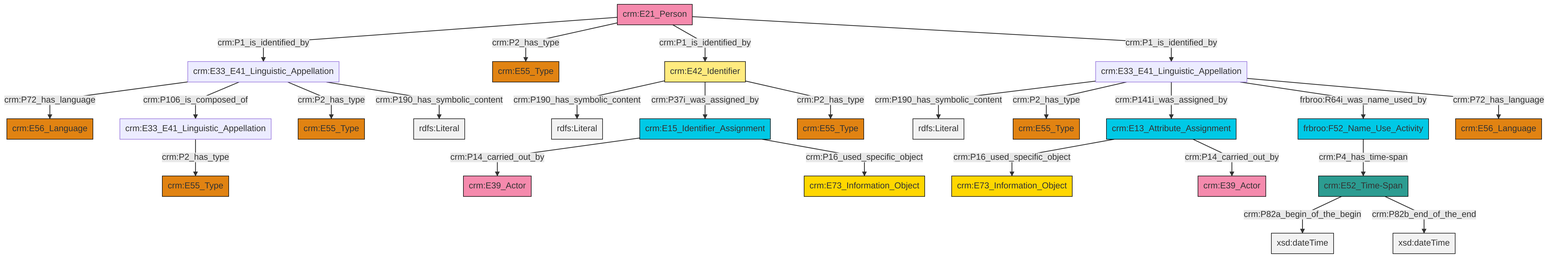
The Mermaid diagram et/personCSV/ttl/mmd/png/Person_Names_and_Classification.png in swiss-art-research-net/docs.swissartresearch, before a commit. Its source is kept beside it as et/personCSV/ttl/mmd/Person_Names_and_Classification.ttl.mmd.
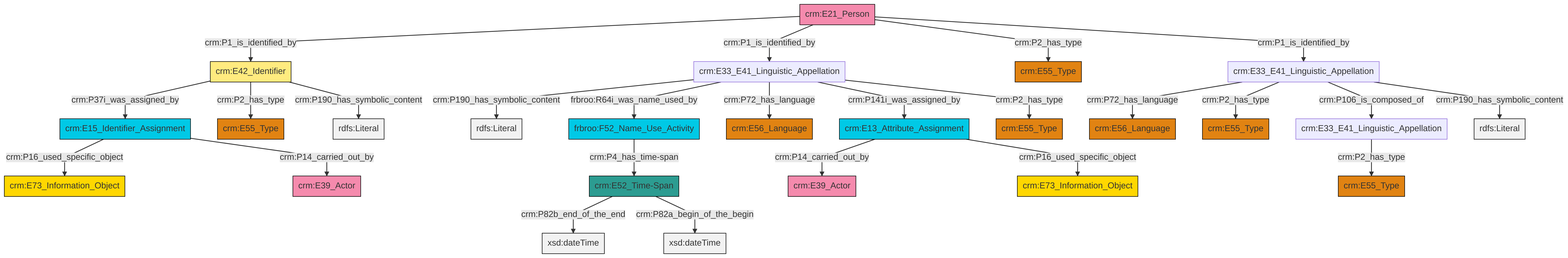
After the change.

What changed in the source:
```diff
@@ -13,27 +13,27 @@
 classDef PC_Classes fill:#4ce600, stroke:#000000;
 classDef Multi fill:#cccccc,stroke:#000000;
 
-2["crm:E33_E41_Linguistic_Appellation"]:::Default -->|crm:P72_has_language| 3["crm:E56_Language"]:::Type
-2["crm:E33_E41_Linguistic_Appellation"]:::Default -->|crm:P106_is_composed_of| 4["crm:E33_E41_Linguistic_Appellation"]:::Default
-6["crm:E15_Identifier_Assignment"]:::Temporal_Entity -->|crm:P14_carried_out_by| 7["crm:E39_Actor"]:::Actor
-8["crm:E33_E41_Linguistic_Appellation"]:::Default -->|crm:P190_has_symbolic_content| 9[rdfs:Literal]:::Literal
-10["crm:E42_Identifier"]:::Appellation -->|crm:P190_has_symbolic_content| 11[rdfs:Literal]:::Literal
-2["crm:E33_E41_Linguistic_Appellation"]:::Default -->|crm:P2_has_type| 12["crm:E55_Type"]:::Type
-6["crm:E15_Identifier_Assignment"]:::Temporal_Entity -->|crm:P16_used_specific_object| 16["crm:E73_Information_Object"]:::Conceptual_Object
-8["crm:E33_E41_Linguistic_Appellation"]:::Default -->|crm:P2_has_type| 0["crm:E55_Type"]:::Type
-24["crm:E21_Person"]:::Actor -->|crm:P1_is_identified_by| 2["crm:E33_E41_Linguistic_Appellation"]:::Default
-27["crm:E13_Attribute_Assignment"]:::Temporal_Entity -->|crm:P16_used_specific_object| 17["crm:E73_Information_Object"]:::Conceptual_Object
-8["crm:E33_E41_Linguistic_Appellation"]:::Default -->|crm:P141i_was_assigned_by| 27["crm:E13_Attribute_Assignment"]:::Temporal_Entity
-10["crm:E42_Identifier"]:::Appellation -->|crm:P37i_was_assigned_by| 6["crm:E15_Identifier_Assignment"]:::Temporal_Entity
-4["crm:E33_E41_Linguistic_Appellation"]:::Default -->|crm:P2_has_type| 30["crm:E55_Type"]:::Type
-22["frbroo:F52_Name_Use_Activity"]:::Temporal_Entity -->|crm:P4_has_time-span| 36["crm:E52_Time-Span"]:::Time-Span
-36["crm:E52_Time-Span"]:::Time-Span -->|crm:P82a_begin_of_the_begin| 38[xsd:dateTime]:::Literal
-24["crm:E21_Person"]:::Actor -->|crm:P2_has_type| 32["crm:E55_Type"]:::Type
-24["crm:E21_Person"]:::Actor -->|crm:P1_is_identified_by| 10["crm:E42_Identifier"]:::Appellation
-24["crm:E21_Person"]:::Actor -->|crm:P1_is_identified_by| 8["crm:E33_E41_Linguistic_Appellation"]:::Default
-36["crm:E52_Time-Span"]:::Time-Span -->|crm:P82b_end_of_the_end| 42[xsd:dateTime]:::Literal
-27["crm:E13_Attribute_Assignment"]:::Temporal_Entity -->|crm:P14_carried_out_by| 13["crm:E39_Actor"]:::Actor
-10["crm:E42_Identifier"]:::Appellation -->|crm:P2_has_type| 34["crm:E55_Type"]:::Type
-2["crm:E33_E41_Linguistic_Appellation"]:::Default -->|crm:P190_has_symbolic_content| 44[rdfs:Literal]:::Literal
-8["crm:E33_E41_Linguistic_Appellation"]:::Default -->|frbroo:R64i_was_name_used_by| 22["frbroo:F52_Name_Use_Activity"]:::Temporal_Entity
-8["crm:E33_E41_Linguistic_Appellation"]:::Default -->|crm:P72_has_language| 45["crm:E56_Language"]:::Type
+0["crm:E52_Time-Span"]:::Time-Span -->|crm:P82b_end_of_the_end| 1[xsd:dateTime]:::Literal
+3["crm:E42_Identifier"]:::Appellation -->|crm:P37i_was_assigned_by| 7["crm:E15_Identifier_Assignment"]:::Temporal_Entity
+8["crm:E33_E41_Linguistic_Appellation"]:::Default -->|crm:P2_has_type| 9["crm:E55_Type"]:::Type
+11["crm:E21_Person"]:::Actor -->|crm:P1_is_identified_by| 3["crm:E42_Identifier"]:::Appellation
+13["crm:E33_E41_Linguistic_Appellation"]:::Default -->|crm:P72_has_language| 17["crm:E56_Language"]:::Type
+22["crm:E33_E41_Linguistic_Appellation"]:::Default -->|crm:P190_has_symbolic_content| 23[rdfs:Literal]:::Literal
+3["crm:E42_Identifier"]:::Appellation -->|crm:P2_has_type| 24["crm:E55_Type"]:::Type
+11["crm:E21_Person"]:::Actor -->|crm:P1_is_identified_by| 22["crm:E33_E41_Linguistic_Appellation"]:::Default
+5["crm:E13_Attribute_Assignment"]:::Temporal_Entity -->|crm:P14_carried_out_by| 33["crm:E39_Actor"]:::Actor
+18["frbroo:F52_Name_Use_Activity"]:::Temporal_Entity -->|crm:P4_has_time-span| 0["crm:E52_Time-Span"]:::Time-Span
+7["crm:E15_Identifier_Assignment"]:::Temporal_Entity -->|crm:P16_used_specific_object| 15["crm:E73_Information_Object"]:::Conceptual_Object
+7["crm:E15_Identifier_Assignment"]:::Temporal_Entity -->|crm:P14_carried_out_by| 27["crm:E39_Actor"]:::Actor
+22["crm:E33_E41_Linguistic_Appellation"]:::Default -->|frbroo:R64i_was_name_used_by| 18["frbroo:F52_Name_Use_Activity"]:::Temporal_Entity
+13["crm:E33_E41_Linguistic_Appellation"]:::Default -->|crm:P2_has_type| 20["crm:E55_Type"]:::Type
+13["crm:E33_E41_Linguistic_Appellation"]:::Default -->|crm:P106_is_composed_of| 8["crm:E33_E41_Linguistic_Appellation"]:::Default
+22["crm:E33_E41_Linguistic_Appellation"]:::Default -->|crm:P72_has_language| 35["crm:E56_Language"]:::Type
+3["crm:E42_Identifier"]:::Appellation -->|crm:P190_has_symbolic_content| 39[rdfs:Literal]:::Literal
+11["crm:E21_Person"]:::Actor -->|crm:P2_has_type| 40["crm:E55_Type"]:::Type
+22["crm:E33_E41_Linguistic_Appellation"]:::Default -->|crm:P141i_was_assigned_by| 5["crm:E13_Attribute_Assignment"]:::Temporal_Entity
+0["crm:E52_Time-Span"]:::Time-Span -->|crm:P82a_begin_of_the_begin| 43[xsd:dateTime]:::Literal
+22["crm:E33_E41_Linguistic_Appellation"]:::Default -->|crm:P2_has_type| 31["crm:E55_Type"]:::Type
+13["crm:E33_E41_Linguistic_Appellation"]:::Default -->|crm:P190_has_symbolic_content| 44[rdfs:Literal]:::Literal
+5["crm:E13_Attribute_Assignment"]:::Temporal_Entity -->|crm:P16_used_specific_object| 36["crm:E73_Information_Object"]:::Conceptual_Object
+11["crm:E21_Person"]:::Actor -->|crm:P1_is_identified_by| 13["crm:E33_E41_Linguistic_Appellation"]:::Default
```
